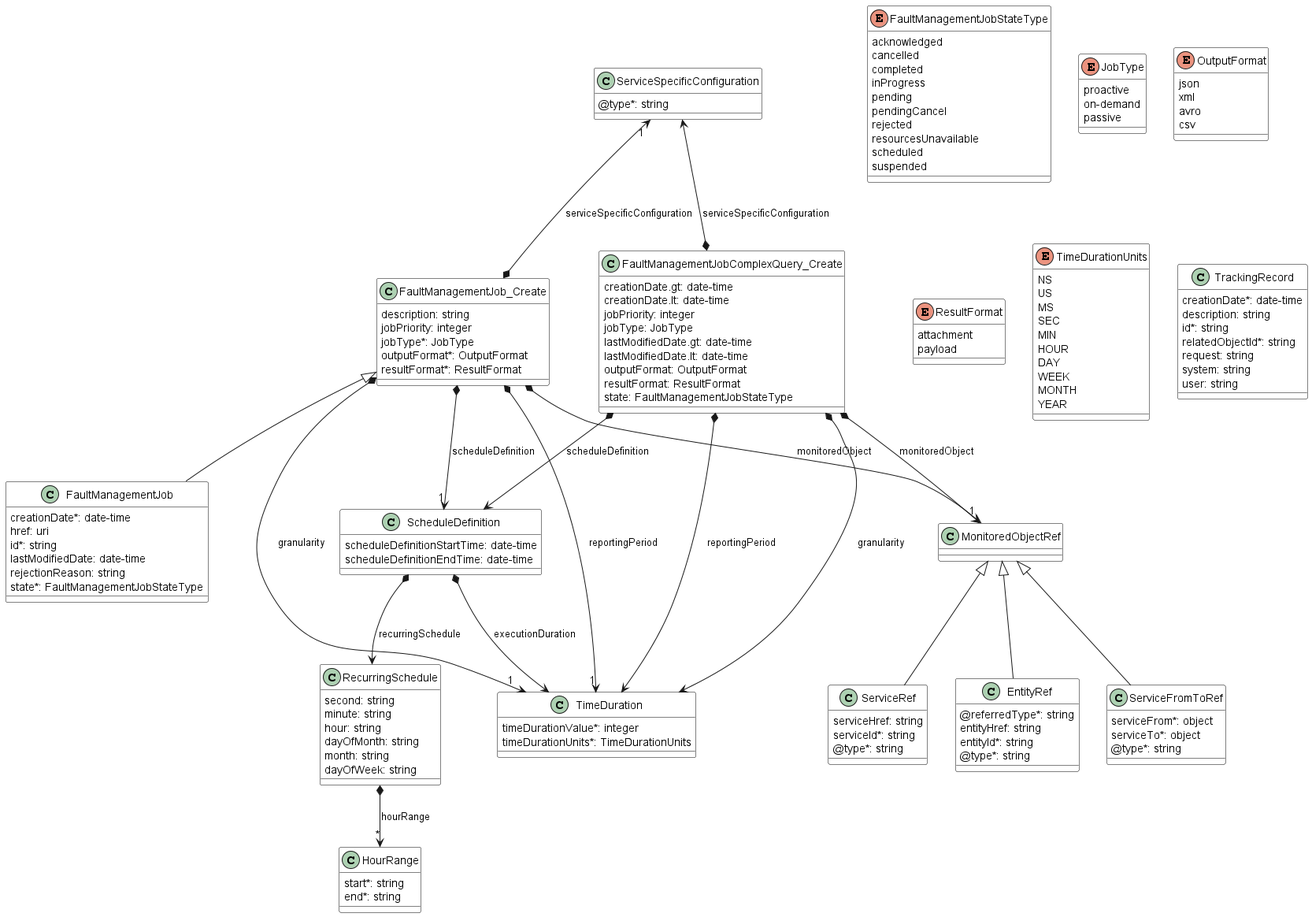
Above: documentation/serviceApi/fm/media/faultManagementDataModel.png in MEF-GIT/MEF-LSO-Legato-SDK (PlantUML), before the change.
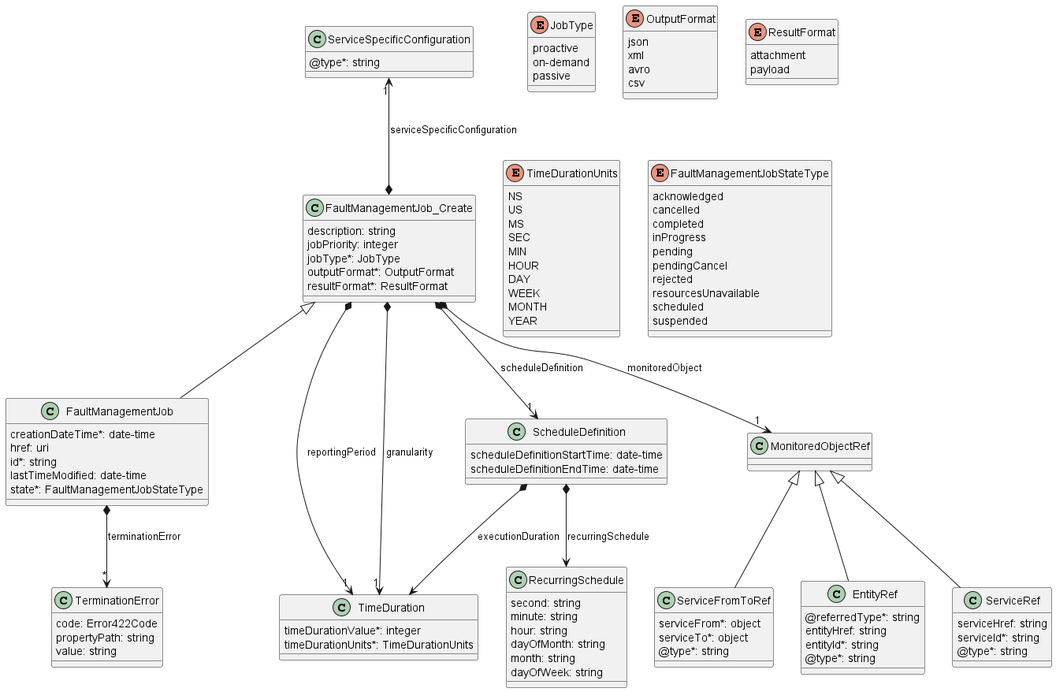
The same file after the commit.

Change to the diagram source:
```diff
@@ -1,54 +1,17 @@
 @startuml faultManagementDataModel
-skinparam {
-    ClassBackgroundColor White
-    ClassBorderColor Black
-}
 
 class FaultManagementJob {
-
-    creationDate*: date-time
+    creationDateTime*: date-time
     href: uri
     id*: string
-    lastModifiedDate: date-time
-    rejectionReason: string
+    lastTimeModified: date-time
     state*: FaultManagementJobStateType
 }
+FaultManagementJob *-->"*" TerminationError: terminationError
+
 FaultManagementJob_Create <|-- FaultManagementJob
 
-class FaultManagementJobComplexQuery_Create {
-
-    creationDate.gt: date-time
-    creationDate.lt: date-time
-    jobPriority: integer
-    jobType: JobType
-    lastModifiedDate.gt: date-time
-    lastModifiedDate.lt: date-time
-    outputFormat: OutputFormat
-    resultFormat: ResultFormat
-    state: FaultManagementJobStateType
-}
-
-FaultManagementJobComplexQuery_Create *--> TimeDuration : granularity
-FaultManagementJobComplexQuery_Create *--> MonitoredObjectRef : monitoredObject
-FaultManagementJobComplexQuery_Create *--> TimeDuration : reportingPeriod
-FaultManagementJobComplexQuery_Create *--> ScheduleDefinition : scheduleDefinition
-FaultManagementJobComplexQuery_Create *-u-> ServiceSpecificConfiguration : serviceSpecificConfiguration
-
-enum FaultManagementJobStateType {
-
-    acknowledged
-    cancelled
-    completed
-    inProgress
-    pending
-    pendingCancel
-    rejected
-    resourcesUnavailable
-    scheduled
-    suspended
-}
 class FaultManagementJob_Create {
-
     description: string
     jobPriority: integer
     jobType*: JobType
@@ -62,20 +25,26 @@
 FaultManagementJob_Create *-->"1" ScheduleDefinition : scheduleDefinition
 FaultManagementJob_Create *-u->"1" ServiceSpecificConfiguration : serviceSpecificConfiguration
 
+class TerminationError {
+    code: Error422Code
+    propertyPath: string
+    value: string
+}
 
 class MonitoredObjectRef {
 
 }
 
-MonitoredObjectRef <|-- EntityRef
-MonitoredObjectRef <|-- ServiceFromToRef
-MonitoredObjectRef <|-- ServiceRef
-
 class EntityRef {
-
     @referredType*: string
     entityHref: string
     entityId*: string
+    @type*: string
+}
+
+class ServiceRef {
+    serviceHref: string
+    serviceId*: string
     @type*: string
 }
 
@@ -86,36 +55,19 @@
     @type*: string
 }
 
-class ServiceRef {
+MonitoredObjectRef <|-- EntityRef
+MonitoredObjectRef <|-- ServiceFromToRef
+MonitoredObjectRef <|-- ServiceRef
 
-    serviceHref: string
-    serviceId*: string
-    @type*: string
+class ScheduleDefinition {
+    scheduleDefinitionStartTime: date-time
+    scheduleDefinitionEndTime: date-time
 }
 
-class HourRange {
-
-    start*: string
-    end*: string
-}
-
-enum JobType {
-
-    proactive
-    on-demand
-    passive
-}
-
-enum OutputFormat {
-
-    json
-    xml
-    avro
-    csv
-}
+ScheduleDefinition *--> RecurringSchedule : recurringSchedule
+ScheduleDefinition *--> TimeDuration : executionDuration
 
 class RecurringSchedule {
-
     second: string
     minute: string
     hour: string
@@ -124,36 +76,34 @@
     dayOfWeek: string
 }
 
-RecurringSchedule *-->"*" HourRange : hourRange
+class TimeDuration {
+    timeDurationValue*: integer
+    timeDurationUnits*: TimeDurationUnits
+}
+
+enum JobType {
+    proactive
+    on-demand
+    passive
+}
+
+enum OutputFormat {
+    json
+    xml
+    avro
+    csv
+}
 
 enum ResultFormat {
-
     attachment
     payload
 }
 
-class ScheduleDefinition {
-
-    scheduleDefinitionStartTime: date-time
-    scheduleDefinitionEndTime: date-time
-}
-
-ScheduleDefinition *--> RecurringSchedule : recurringSchedule
-ScheduleDefinition *--> TimeDuration : executionDuration
-
 class ServiceSpecificConfiguration {
-
     @type*: string
 }
 
-class TimeDuration {
-
-    timeDurationValue*: integer
-    timeDurationUnits*: TimeDurationUnits
-}
-
 enum TimeDurationUnits {
-
     NS
     US
     MS
@@ -166,15 +116,17 @@
     YEAR
 }
 
-class TrackingRecord {
-
-    creationDate*: date-time
-    description: string
-    id*: string
-    relatedObjectId*: string
-    request: string
-    system: string
-    user: string
+enum FaultManagementJobStateType {
+    acknowledged
+    cancelled
+    completed
+    inProgress
+    pending
+    pendingCancel
+    rejected
+    resourcesUnavailable
+    scheduled
+    suspended
 }
 
 @enduml
```
